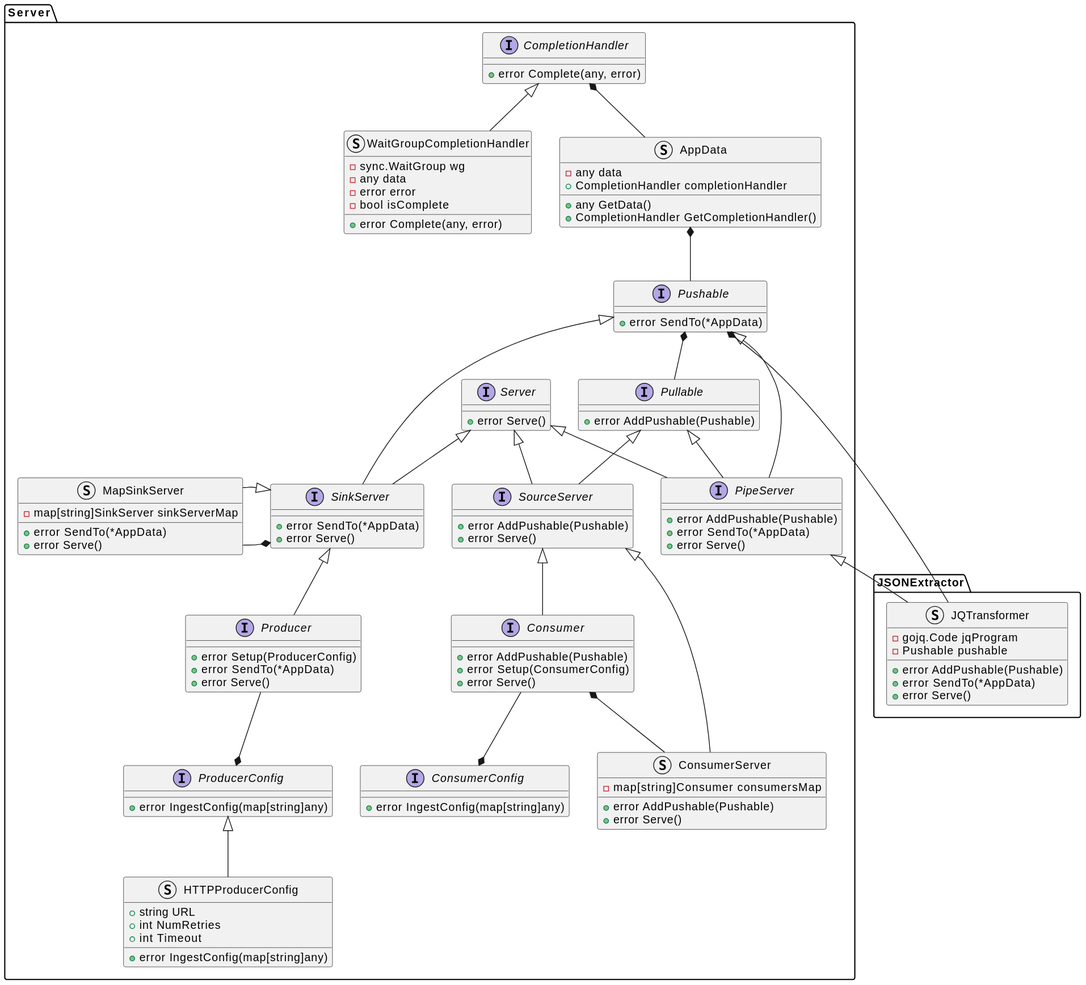
The PlantUML diagram docs/design_notes/DN1_JSON_Extractor/class_diagram.svg in xtuml/otel2pv, before a commit.
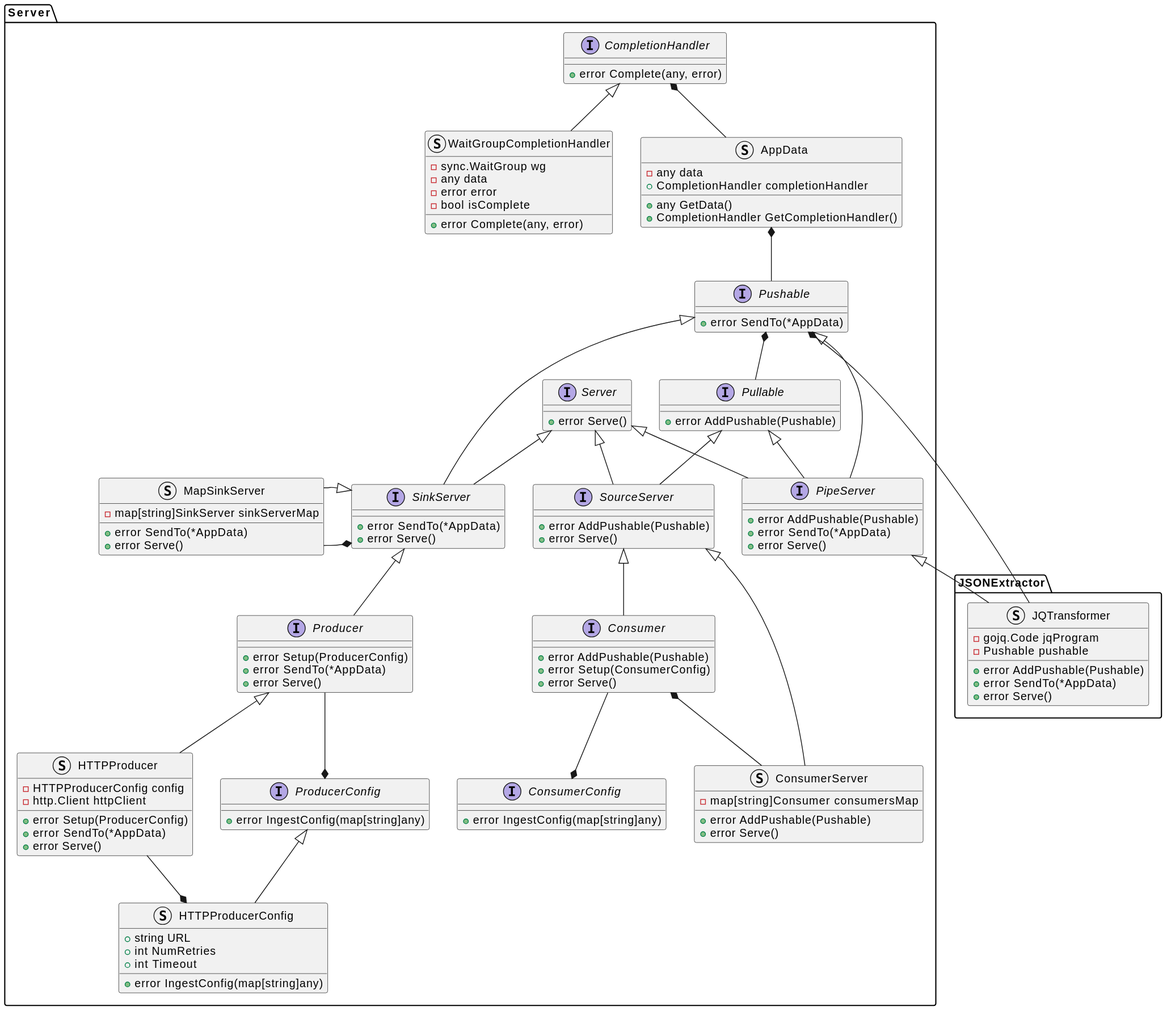
The same diagram one commit later.

Commit message:
Cdsopv 77 create http producer (#39)

Diff of the diagram source:
```diff
@@ -48,6 +48,13 @@
         +error Serve()
     }
     interface Producer {
+        +error Setup(ProducerConfig)
+        +error SendTo(*AppData)
+        +error Serve()
+    }
+    struct HTTPProducer {
+        -HTTPProducerConfig config
+        -http.Client httpClient
         +error Setup(ProducerConfig)
         +error SendTo(*AppData)
         +error Serve()
@@ -107,4 +114,6 @@
 Server.ConsumerConfig *-up- Server.Consumer
 Server.ProducerConfig *-up- Server.Producer
 Server.ProducerConfig <|-- Server.HTTPProducerConfig
+Server.Producer <|-- Server.HTTPProducer
+Server.HTTPProducerConfig *-up- Server.HTTPProducer
 @enduml
```
